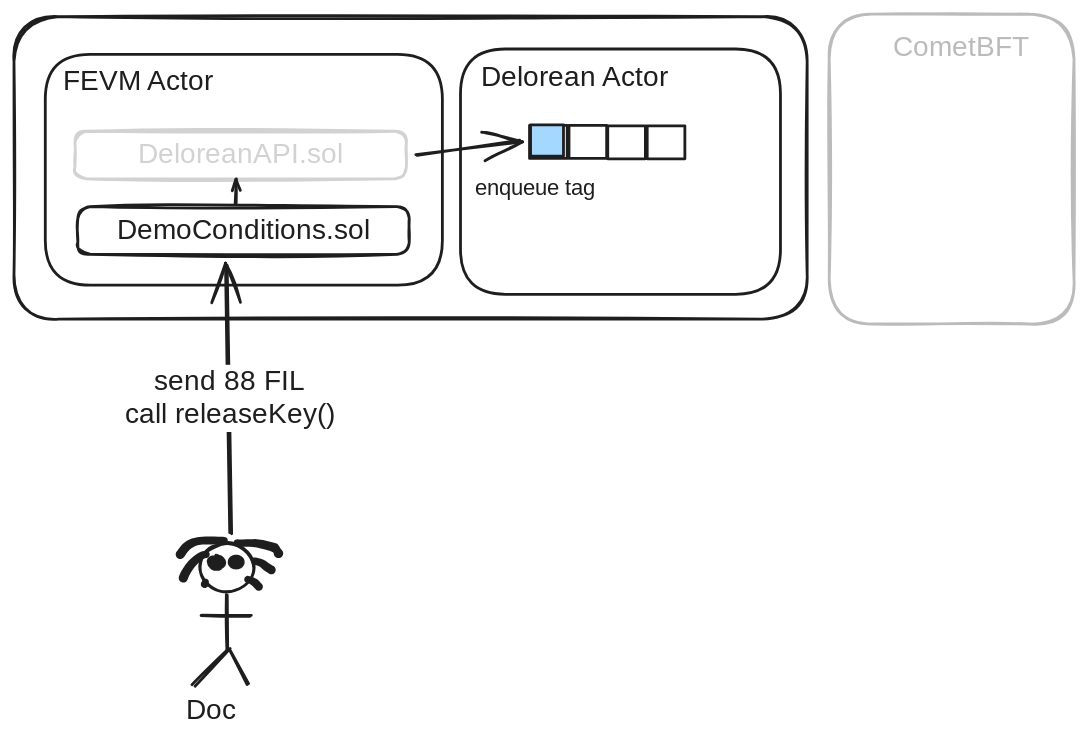
The Excalidraw diagram Delorean-Docs/diagrams/flow_3.excalidraw.svg in ChainSafe/Delorean-Protocol, before a commit. Source tidied: one line per element, renumbered; positions are measured from the earlier drawing's top-left corner, leaving out a move shared by most shapes.
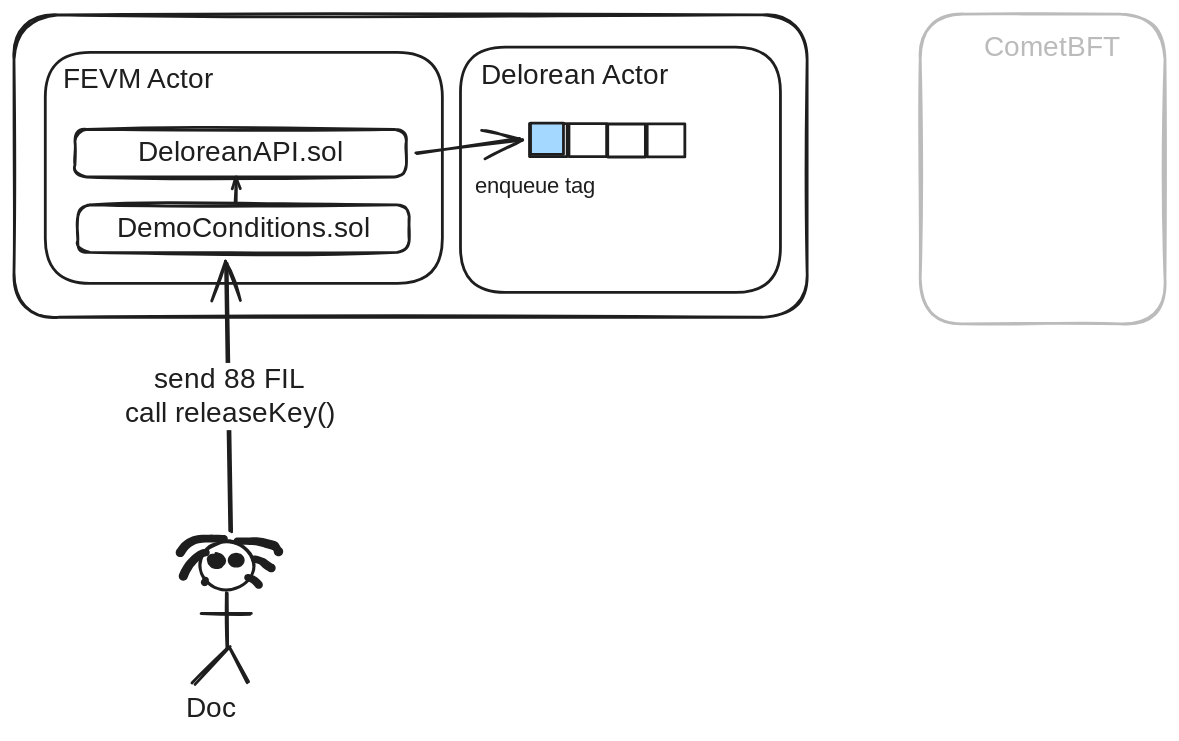
The same file after the commit.

The edit, as a diff of the source:
```diff
@@ -15,14 +15,14 @@
 {"id": 14, "type": "rectangle", "strokeColor": "#1e1e1e", "strokeWidth": 2, "roughness": 1, "round": true, "x": 0, "y": 2, "width": 567, "height": 216}
 {"id": 15, "type": "rectangle", "strokeColor": "#1e1e1e", "strokeWidth": 2, "roughness": 1, "round": true, "x": 46, "y": 137, "width": 237, "height": 34}
 {"id": 16, "type": "text", "text": "DemoConditions.sol", "strokeColor": "#1e1e1e", "strokeWidth": 2, "roughness": 1, "fontSize": 20, "fontFamily": 3, "textAlign": "center", "verticalAlign": "middle", "inside": 15, "x": 58, "y": 142, "width": 211, "height": 24}
-{"id": 17, "type": "rectangle", "strokeColor": "#1e1e1e", "strokeWidth": 2, "roughness": 1, "opacity": 20, "round": true, "x": 44, "y": 84, "width": 237, "height": 34}
+{"id": 17, "type": "rectangle", "strokeColor": "#1e1e1e", "strokeWidth": 2, "roughness": 1, "round": true, "x": 44, "y": 84, "width": 237, "height": 34}
-{"id": 18, "type": "text", "text": "DeloreanAPI.sol", "strokeColor": "#1e1e1e", "strokeWidth": 2, "roughness": 1, "opacity": 20, "fontSize": 20, "fontFamily": 3, "textAlign": "center", "verticalAlign": "middle", "inside": 17, "x": 74, "y": 89, "width": 176, "height": 24}
+{"id": 18, "type": "text", "text": "DeloreanAPI.sol", "strokeColor": "#1e1e1e", "strokeWidth": 2, "roughness": 1, "fontSize": 20, "fontFamily": 3, "textAlign": "center", "verticalAlign": "middle", "inside": 17, "x": 74, "y": 89, "width": 176, "height": 24}
 {"id": 19, "type": "rectangle", "strokeColor": "#1e1e1e", "strokeWidth": 2, "roughness": 0, "round": true, "x": 22, "y": 29, "width": 284, "height": 165}
 {"id": 20, "type": "text", "text": "FEVM Actor", "strokeColor": "#1e1e1e", "strokeWidth": 2, "roughness": 0, "fontSize": 20, "fontFamily": 3, "x": 35, "y": 36, "width": 117, "height": 24}
 {"id": 21, "type": "rectangle", "strokeColor": "#1e1e1e", "strokeWidth": 2, "roughness": 0, "round": true, "x": 319, "y": 25, "width": 229, "height": 175}
 {"id": 22, "type": "text", "text": "Delorean Actor", "strokeColor": "#1e1e1e", "strokeWidth": 2, "roughness": 0, "fontSize": 20, "fontFamily": 3, "x": 333, "y": 33, "width": 164, "height": 24}
-{"id": 23, "type": "rectangle", "strokeColor": "#1e1e1e", "strokeWidth": 2, "roughness": 1, "opacity": 30, "round": true, "x": 582, "y": 0, "width": 175, "height": 221}
+{"id": 23, "type": "rectangle", "strokeColor": "#1e1e1e", "strokeWidth": 2, "roughness": 1, "opacity": 30, "round": true, "x": 647, "y": 1, "width": 175, "height": 221}
-{"id": 24, "type": "text", "text": "CometBFT", "strokeColor": "#1e1e1e", "strokeWidth": 2, "roughness": 1, "opacity": 30, "fontSize": 20, "fontFamily": 3, "x": 628, "y": 12, "width": 94, "height": 24}
+{"id": 24, "type": "text", "text": "CometBFT", "strokeColor": "#1e1e1e", "strokeWidth": 2, "roughness": 1, "opacity": 30, "fontSize": 20, "fontFamily": 3, "x": 693, "y": 13, "width": 94, "height": 24}
 {"id": 25, "type": "arrow", "strokeColor": "#1e1e1e", "strokeWidth": 2, "roughness": 1, "endArrowhead": "arrow", "round": true, "from": 0, "to": 15, "x": 155, "y": 371, "width": 3, "height": 192, "points": [[0, 0], [-3, -192]]}
 {"id": 26, "type": "text", "text": "send 88 FIL\ncall releaseKey()", "strokeColor": "#1e1e1e", "strokeWidth": 2, "roughness": 1, "fontSize": 20, "fontFamily": 3, "textAlign": "center", "verticalAlign": "middle", "inside": 25, "x": 54, "y": 250, "width": 199, "height": 48}
 {"id": 27, "type": "rectangle", "strokeColor": "#1e1e1e", "strokeWidth": 2, "roughness": 0, "x": 368, "y": 79, "width": 27, "height": 24}
```
